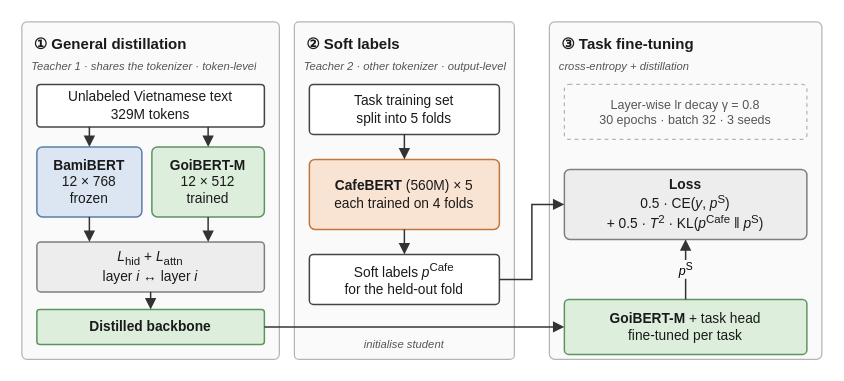
The draw.io diagram release/goibert-m/figures/fig1_dual_teacher.drawio in Nhantran65/GoiBERT, before the edit. Source tidied: cells renumbered, new cells numbered last; positions are measured from the earlier drawing's top-left corner, leaving out a move shared by most shapes. Both pictures are drawn from the tidied source at 125%, with x=0, y=0 at pixel (21, 21).
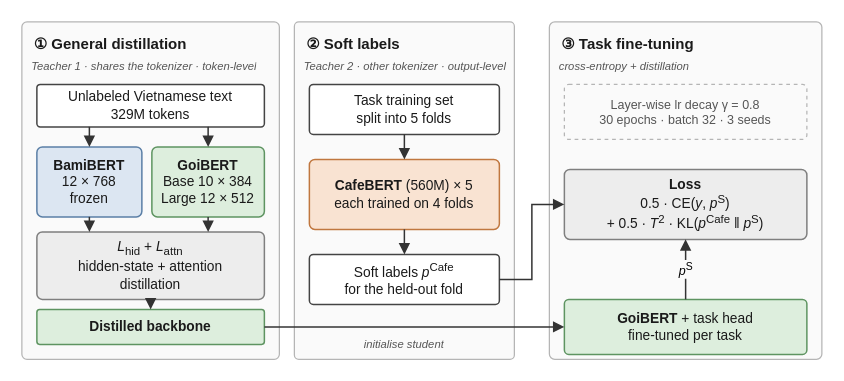
Above is the later version.

The change refers to these unchanged cells:
```xml
<mxCell id="2" value="① General distillation" style="rounded=1;arcSize=2;whiteSpace=wrap;html=1;fillColor=#FAFAFA;strokeColor=#B5B5B5;strokeWidth=1;verticalAlign=top;align=left;spacingLeft=8;spacingTop=4;fontSize=12;fontStyle=1;fontColor=#1A1A1A;fontFamily=Helvetica;" parent="1" vertex="1">
  <mxGeometry width="206" height="270" as="geometry" />
</mxCell>
<mxCell id="22" value="③ Task fine-tuning" style="rounded=1;arcSize=2;whiteSpace=wrap;html=1;fillColor=#FAFAFA;strokeColor=#B5B5B5;strokeWidth=1;verticalAlign=top;align=left;spacingLeft=8;spacingTop=4;fontSize=12;fontStyle=1;fontColor=#1A1A1A;fontFamily=Helvetica;" parent="1" vertex="1">
  <mxGeometry x="422" width="218" height="270" as="geometry" />
</mxCell>
```

Diff of the diagram source:
```diff
@@
-    <mxCell id="6" value="&lt;b&gt;GoiBERT-M&lt;/b&gt;&lt;br&gt;12 × 512&lt;br&gt;trained" style="rounded=1;arcSize=8;whiteSpace=wrap;html=1;strokeWidth=1.2;fontSize=11;fontColor=#1A1A1A;fontFamily=Helvetica;fillColor=#DDEEDD;strokeColor=#5E9461;" parent="2" vertex="1">
+    <mxCell id="6" value="&lt;b&gt;GoiBERT&lt;/b&gt;&lt;br&gt;Base 10 × 384&lt;br&gt;Large 12 × 512" style="rounded=1;arcSize=8;whiteSpace=wrap;html=1;strokeWidth=1.2;fontSize=11;fontColor=#1A1A1A;fontFamily=Helvetica;fillColor=#DDEEDD;strokeColor=#5E9461;" parent="2" vertex="1">
       <mxGeometry x="104" y="100" width="90" height="56" as="geometry" />
     </mxCell>
-    <mxCell id="7" value="&lt;i&gt;L&lt;/i&gt;&lt;sub&gt;hid&lt;/sub&gt; + &lt;i&gt;L&lt;/i&gt;&lt;sub&gt;attn&lt;/sub&gt;&lt;br&gt;layer &lt;i&gt;i&lt;/i&gt; ↔ layer &lt;i&gt;i&lt;/i&gt;" style="rounded=1;arcSize=8;whiteSpace=wrap;html=1;strokeWidth=1.2;fontSize=11;fontColor=#1A1A1A;fontFamily=Helvetica;fillColor=#EDEDED;strokeColor=#7F7F7F;" parent="2" vertex="1">
-      <mxGeometry x="12" y="176" width="182" height="40" as="geometry" />
+    <mxCell id="7" value="&lt;i&gt;L&lt;/i&gt;&lt;sub&gt;hid&lt;/sub&gt; + &lt;i&gt;L&lt;/i&gt;&lt;sub&gt;attn&lt;/sub&gt;&lt;br&gt;hidden-state + attention&lt;br&gt;distillation" style="rounded=1;arcSize=8;whiteSpace=wrap;html=1;strokeWidth=1.2;fontSize=11;fontColor=#1A1A1A;fontFamily=Helvetica;fillColor=#EDEDED;strokeColor=#7F7F7F;" parent="2" vertex="1">
+      <mxGeometry x="12" y="168" width="182" height="54" as="geometry" />
     </mxCell>
@@
-    <mxCell id="26" value="&lt;b&gt;GoiBERT-M&lt;/b&gt; + task head&lt;br&gt;fine-tuned per task" style="rounded=1;arcSize=8;whiteSpace=wrap;html=1;strokeWidth=1.2;fontSize=11;fontColor=#1A1A1A;fontFamily=Helvetica;fillColor=#DDEEDD;strokeColor=#5E9461;" parent="22" vertex="1">
+    <mxCell id="26" value="&lt;b&gt;GoiBERT&lt;/b&gt; + task head&lt;br&gt;fine-tuned per task" style="rounded=1;arcSize=8;whiteSpace=wrap;html=1;strokeWidth=1.2;fontSize=11;fontColor=#1A1A1A;fontFamily=Helvetica;fillColor=#DDEEDD;strokeColor=#5E9461;" parent="22" vertex="1">
       <mxGeometry x="12" y="222" width="194" height="44" as="geometry" />
     </mxCell>
```
